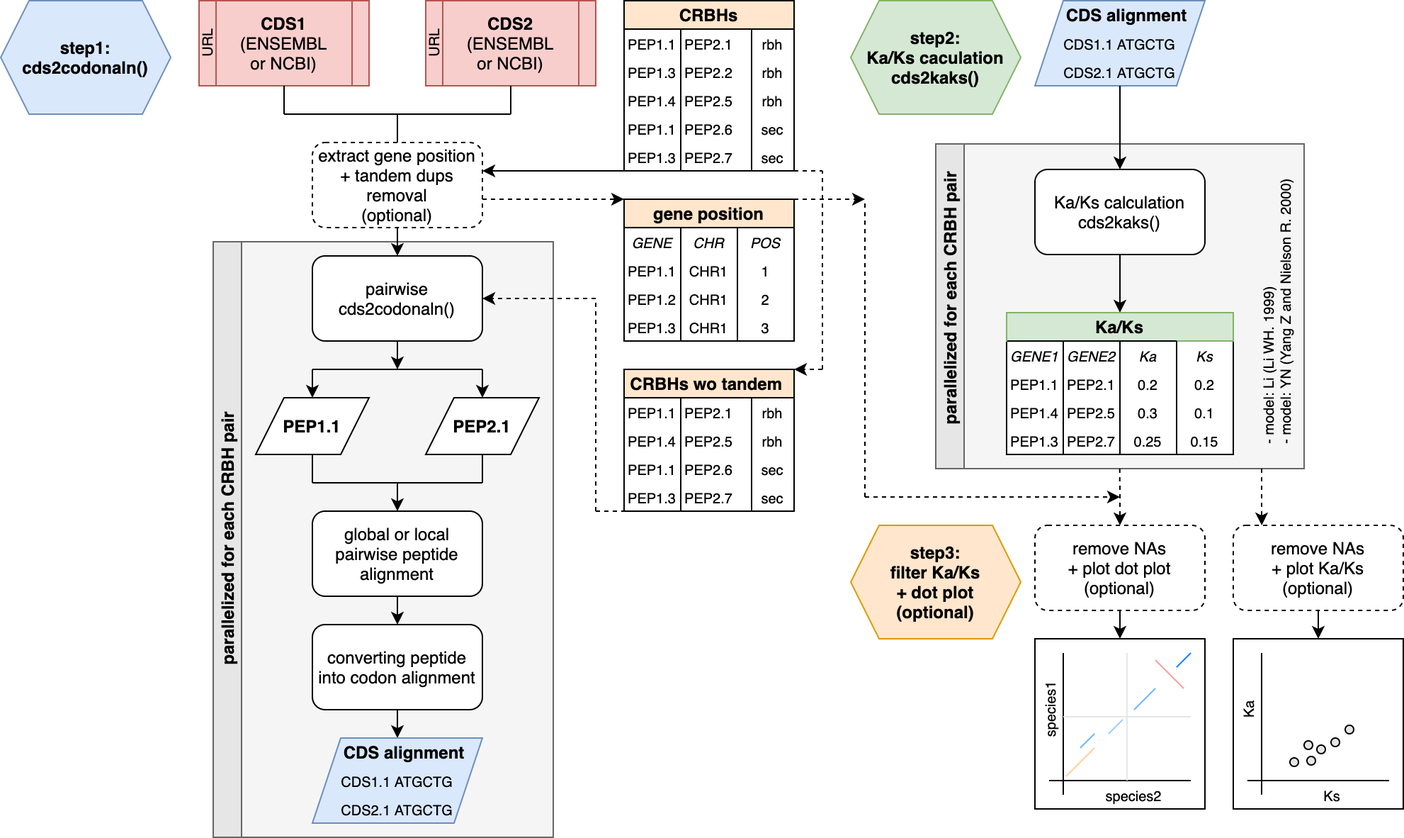
This is public/articles/rbh2kaks.png from kullrich/CRBHits, a draw.io export, as it was before one commit. Source tidied: cells renumbered, new cells last; positions are measured from the earlier drawing's top-left corner, leaving out a move shared by most shapes.
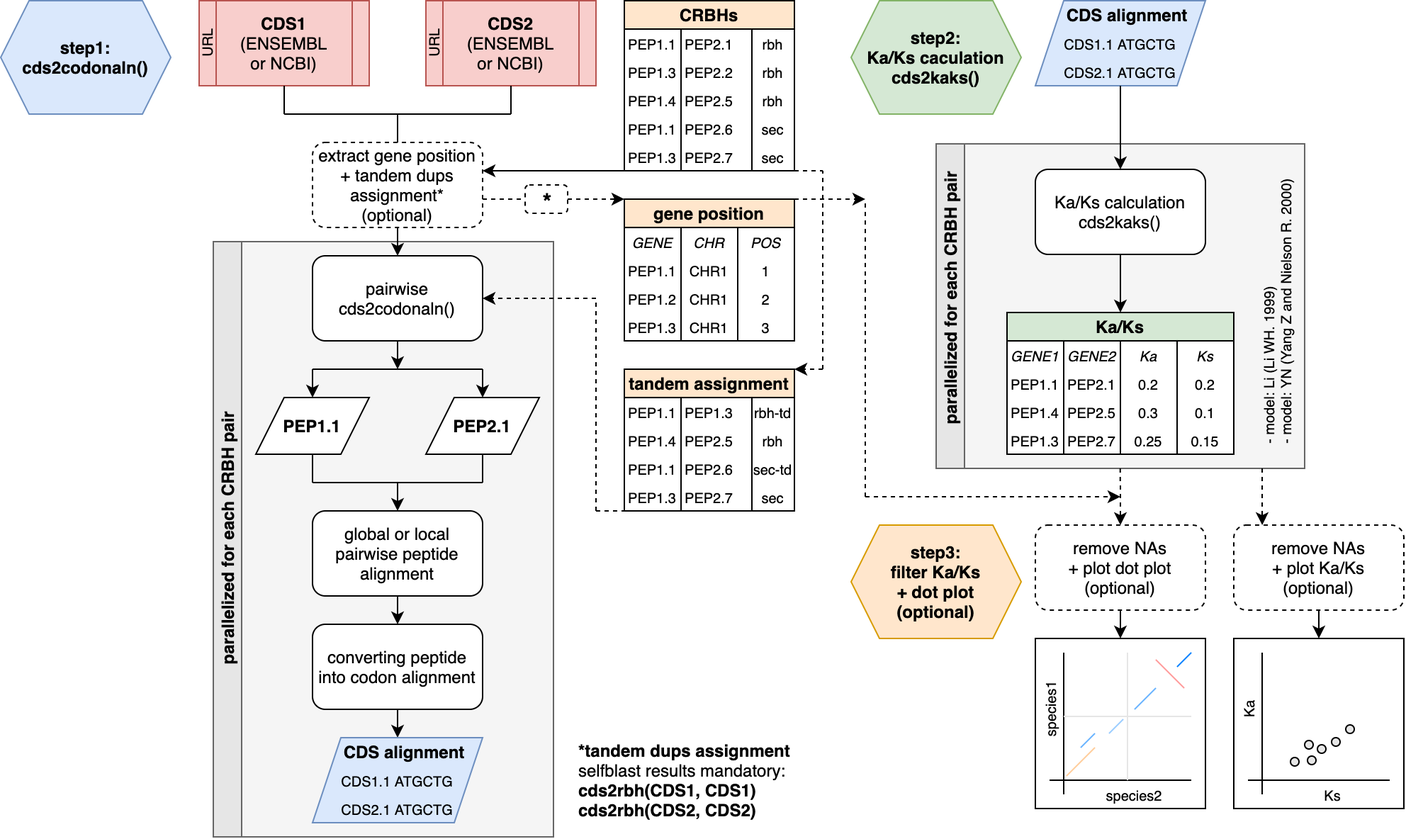
After the change.

What changed in the source:
```diff
@@ -143,7 +143,7 @@
     <mxCell id="44" value="&lt;b&gt;CDS2&lt;/b&gt;&lt;br&gt;(ENSEMBL or NCBI)" style="text;html=1;strokeColor=none;fillColor=none;align=center;verticalAlign=middle;whiteSpace=wrap;rounded=0;" parent="1" vertex="1">
       <mxGeometry x="386" y="20" width="40" height="20" as="geometry" />
     </mxCell>
-    <mxCell id="45" value="extract gene position&lt;br&gt;+ tandem dups removal&lt;br&gt;(optional)" style="text;html=1;strokeColor=none;fillColor=none;align=center;verticalAlign=middle;whiteSpace=wrap;rounded=0;" parent="1" vertex="1">
+    <mxCell id="45" value="extract gene position&lt;br&gt;+ tandem dups assignment*&lt;br&gt;(optional)" style="text;html=1;strokeColor=none;fillColor=none;align=center;verticalAlign=middle;whiteSpace=wrap;rounded=0;" parent="1" vertex="1">
       <mxGeometry x="266" y="120" width="120" height="20" as="geometry" />
     </mxCell>
     <mxCell id="46" style="endArrow=none;html=1;" parent="1" edge="1">
@@ -282,7 +282,7 @@
     <mxCell id="82" style="rounded=0;whiteSpace=wrap;html=1;fillColor=#ffe6cc;" parent="1" vertex="1">
       <mxGeometry x="486" y="260" width="120" height="20" as="geometry" />
     </mxCell>
-    <mxCell id="83" value="&lt;b&gt;CRBHs wo tandem&amp;nbsp;&lt;/b&gt;" style="text;html=1;strokeColor=none;fillColor=none;align=center;verticalAlign=middle;whiteSpace=wrap;rounded=0;" parent="1" vertex="1">
+    <mxCell id="83" value="&lt;b&gt;tandem assignment&lt;/b&gt;" style="text;html=1;strokeColor=none;fillColor=none;align=center;verticalAlign=middle;whiteSpace=wrap;rounded=0;" parent="1" vertex="1">
       <mxGeometry x="486" y="260" width="120" height="20" as="geometry" />
     </mxCell>
     <mxCell id="84" value="PEP1.1" style="text;html=1;strokeColor=none;fillColor=none;align=center;verticalAlign=middle;whiteSpace=wrap;rounded=0;fontSize=10;" parent="1" vertex="1">
@@ -294,7 +294,7 @@
         <mxPoint x="606" y="280" as="targetPoint" />
       </mxGeometry>
     </mxCell>
-    <mxCell id="86" value="PEP2.1" style="text;html=1;strokeColor=none;fillColor=none;align=center;verticalAlign=middle;whiteSpace=wrap;rounded=0;fontSize=10;" parent="1" vertex="1">
+    <mxCell id="86" value="PEP1.3" style="text;html=1;strokeColor=none;fillColor=none;align=center;verticalAlign=middle;whiteSpace=wrap;rounded=0;fontSize=10;" parent="1" vertex="1">
       <mxGeometry x="526" y="280" width="40" height="20" as="geometry" />
     </mxCell>
     <mxCell id="87" style="endArrow=none;html=1;fontSize=10;entryX=0;entryY=0;entryDx=0;entryDy=0;exitX=0;exitY=1;exitDx=0;exitDy=0;" parent="1" edge="1" source="98" target="86">
@@ -311,13 +311,13 @@
         <mxPoint x="576" y="280" as="sourcePoint" />
       </mxGeometry>
     </mxCell>
-    <mxCell id="91" value="rbh" style="text;html=1;strokeColor=none;fillColor=none;align=center;verticalAlign=middle;whiteSpace=wrap;rounded=0;fontSize=10;" parent="1" vertex="1">
+    <mxCell id="91" value="rbh-td" style="text;html=1;strokeColor=none;fillColor=none;align=center;verticalAlign=middle;whiteSpace=wrap;rounded=0;fontSize=10;" parent="1" vertex="1">
       <mxGeometry x="576" y="280" width="30" height="20" as="geometry" />
     </mxCell>
     <mxCell id="92" value="rbh" style="text;html=1;strokeColor=none;fillColor=none;align=center;verticalAlign=middle;whiteSpace=wrap;rounded=0;fontSize=10;" parent="1" vertex="1">
       <mxGeometry x="576" y="300" width="30" height="20" as="geometry" />
     </mxCell>
-    <mxCell id="93" value="sec" style="text;html=1;strokeColor=none;fillColor=none;align=center;verticalAlign=middle;whiteSpace=wrap;rounded=0;fontSize=10;" parent="1" vertex="1">
+    <mxCell id="93" value="sec-td" style="text;html=1;strokeColor=none;fillColor=none;align=center;verticalAlign=middle;whiteSpace=wrap;rounded=0;fontSize=10;" parent="1" vertex="1">
       <mxGeometry x="576" y="320" width="30" height="20" as="geometry" />
     </mxCell>
     <mxCell id="94" value="sec" style="text;html=1;strokeColor=none;fillColor=none;align=center;verticalAlign=middle;whiteSpace=wrap;rounded=0;fontSize=10;" parent="1" vertex="1">
@@ -461,7 +461,7 @@
     <mxCell id="130" style="rounded=0;whiteSpace=wrap;html=1;fillColor=#d5e8d4;strokeColor=#82b366;" parent="1" vertex="1">
       <mxGeometry x="756" y="220" width="160" height="20" as="geometry" />
     </mxCell>
-    <mxCell id="131" value="&lt;b&gt;Ka/Ks&lt;/b&gt;" style="text;html=1;strokeColor=none;fillColor=none;align=center;verticalAlign=middle;whiteSpace=wrap;rounded=0;" parent="1" vertex="1">
+    <mxCell id="131" value="&lt;b&gt;Ka/Ks&lt;/b&gt;" style="text;html=1;fillColor=none;align=center;verticalAlign=middle;whiteSpace=wrap;rounded=0;strokeColor=#000000;" parent="1" vertex="1">
       <mxGeometry x="756" y="220" width="160" height="20" as="geometry" />
     </mxCell>
     <mxCell id="132" value="&lt;i&gt;GENE1&lt;/i&gt;" style="text;html=1;strokeColor=none;fillColor=none;align=center;verticalAlign=middle;whiteSpace=wrap;rounded=0;fontSize=10;" parent="1" vertex="1">
@@ -662,5 +662,14 @@
         <mxPoint x="656" y="140" as="targetPoint" />
       </mxGeometry>
     </mxCell>
+    <mxCell id="183" style="rounded=1;whiteSpace=wrap;html=1;dashed=1;" parent="1" vertex="1">
+      <mxGeometry x="416" y="130" width="30" height="20" as="geometry" />
+    </mxCell>
+    <mxCell id="184" value="&lt;b&gt;&lt;font style=&quot;font-size: 16px&quot;&gt;*&lt;/font&gt;&lt;/b&gt;" style="text;html=1;strokeColor=none;fillColor=none;align=center;verticalAlign=middle;whiteSpace=wrap;rounded=0;dashed=1;" parent="1" vertex="1">
+      <mxGeometry x="412.2" y="133" width="40" height="20" as="geometry" />
+    </mxCell>
+    <mxCell id="185" value="&lt;b&gt;*tandem dups assignment&lt;/b&gt;&lt;br&gt;selfblast results mandatory:&lt;br&gt;&lt;b&gt;cds2rbh(CDS1, CDS1)&lt;br&gt;&lt;/b&gt;&lt;b&gt;cds2rbh(CDS2, CDS2)&lt;/b&gt;&lt;b&gt;&lt;br&gt;&lt;/b&gt;" style="text;html=1;strokeColor=none;fillColor=none;align=left;verticalAlign=middle;whiteSpace=wrap;rounded=0;dashed=1;" parent="1" vertex="1">
+      <mxGeometry x="452.2" y="540" width="170" height="20" as="geometry" />
+    </mxCell>
   </root>
 </mxGraphModel>
```
